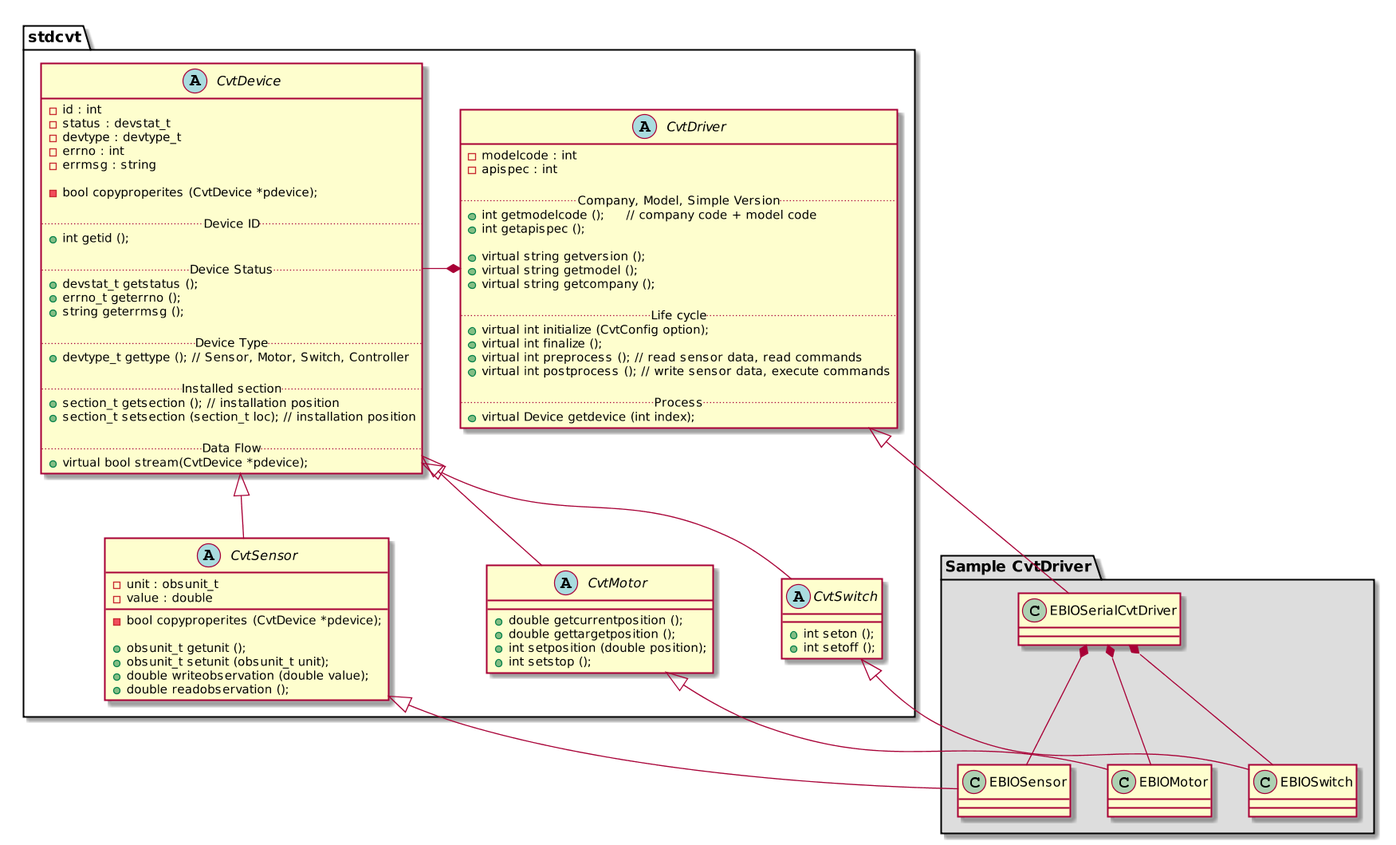
This is doc/images/driver_class.png from ebio-snu/cvtdriver, a PlantUML export, as it was before one commit. Its diagram source:
```plantuml
@startuml
scale 1920*1080

package stdcvt {

    abstract class CvtDriver {
     - modelcode : int
     - apispec : int

     .. Company, Model, Simple Version ..
     + int getmodelcode ();     // company code + model code
     + int getapispec ();

     + virtual string getversion ();
     + virtual string getmodel ();
     + virtual string getcompany ();

     .. Life cycle ..
     + virtual int initialize (CvtConfig option);
     + virtual int finalize ();
     + virtual int preprocess (); // read sensor data, read commands
     + virtual int postprocess (); // write sensor data, execute commands

     .. Process ..
     + virtual Device getdevice (int index);
    }

    abstract class CvtDevice {
     - id : int
     - status : devstat_t
     - devtype : devtype_t
     - errno : int
     - errmsg : string

     - bool copyproperites (CvtDevice *pdevice);

     .. Device ID ..
     + int getid ();

     .. Device Status ..
     + devstat_t getstatus ();
     + errno_t geterrno ();
     + string geterrmsg ();

     .. Device Type ..
     + devtype_t gettype (); // Sensor, Motor, Switch, Controller

     .. Installed section ..
     + section_t getsection (); // installation position
     + section_t setsection (section_t loc); // installation position

     .. Data Flow ..
     + virtual bool stream(CvtDevice *pdevice);
    }

    abstract class CvtSensor {
     - unit : obsunit_t
     - value : double
     - bool copyproperites (CvtDevice *pdevice);

     + obsunit_t getunit ();
     + obsunit_t setunit (obsunit_t unit);
     + double writeobservation (double value);
     + double readobservation ();
    }

    abstract class CvtMotor {
     + double getcurrentposition ();
     + double gettargetposition ();
     + int setposition (double position);
     + int setstop ();
    }

    abstract class CvtSwitch {
     + int seton ();
     + int setoff ();
    }

    CvtDriver *- CvtDevice

    CvtDevice <|-- CvtSensor
    CvtDevice <|-- CvtMotor
    CvtDevice <|-- CvtSwitch
}

package "Sample CvtDriver" #DDDDDD {
    class EBIOSerialCvtDriver {
    }

    CvtDriver <|-- EBIOSerialCvtDriver

    class EBIOSensor {
    }

    class EBIOMotor {
    }

    class EBIOSwitch {
    }

    CvtSensor <|-- EBIOSensor
    CvtMotor <|-- EBIOMotor
    CvtSwitch <|-- EBIOSwitch

    EBIOSerialCvtDriver *-- EBIOSensor
    EBIOSerialCvtDriver *-- EBIOMotor
    EBIOSerialCvtDriver *-- EBIOSwitch
}
@enduml
```
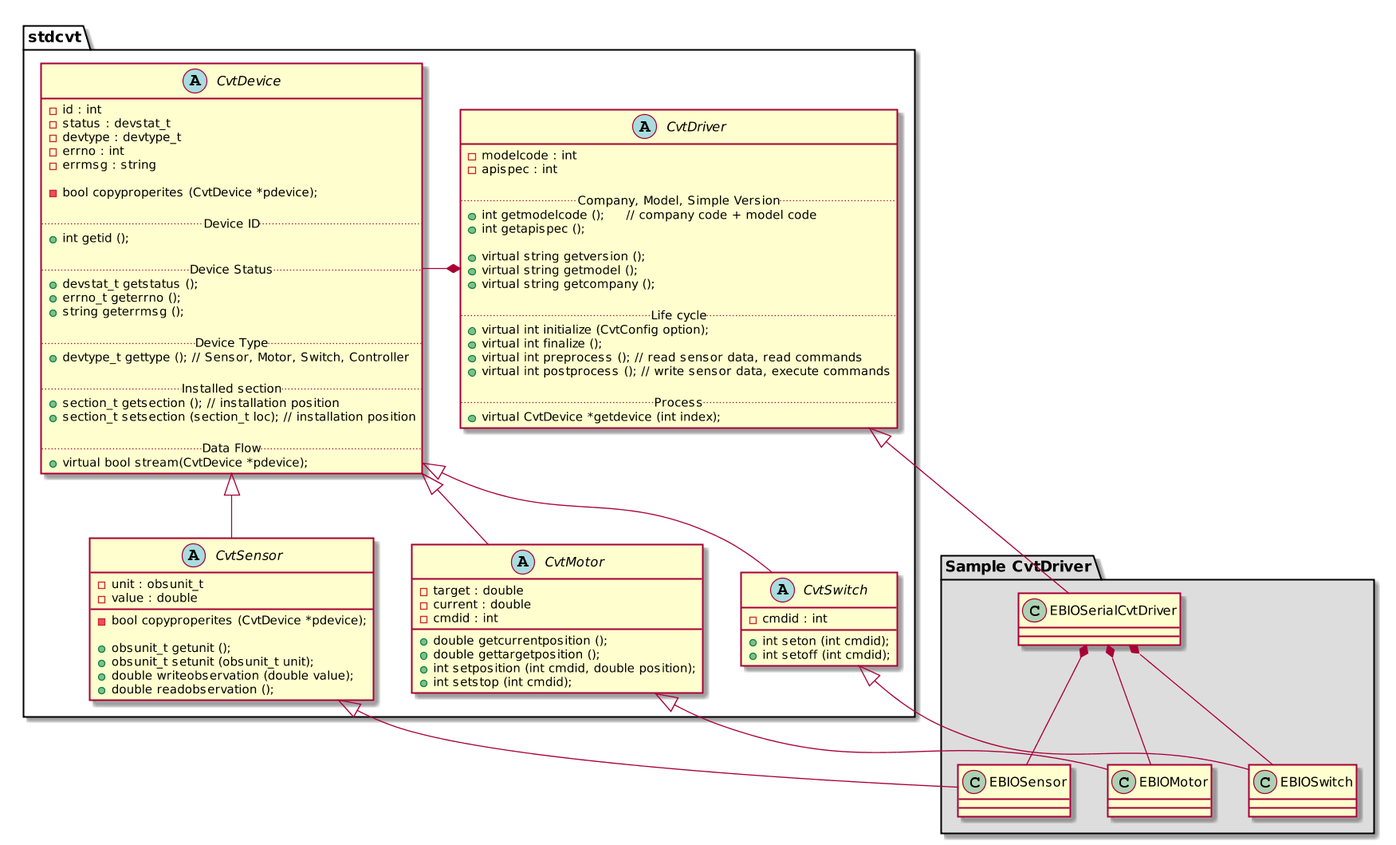
Above is the later version.

The edit, as a diff of the source:
```diff
@@ -22,7 +22,7 @@
      + virtual int postprocess (); // write sensor data, execute commands
 
      .. Process ..
-     + virtual Device getdevice (int index);
+     + virtual CvtDevice *getdevice (int index);
     }
 
     abstract class CvtDevice {
@@ -65,15 +65,19 @@
     }
 
     abstract class CvtMotor {
+     - target : double
+     - current : double
+     - cmdid : int
      + double getcurrentposition ();
      + double gettargetposition ();
-     + int setposition (double position);
-     + int setstop ();
+     + int setposition (int cmdid, double position);
+     + int setstop (int cmdid);
     }
 
     abstract class CvtSwitch {
-     + int seton ();
-     + int setoff ();
+     - cmdid : int
+     + int seton (int cmdid);
+     + int setoff (int cmdid);
     }
 
     CvtDriver *- CvtDevice
```
